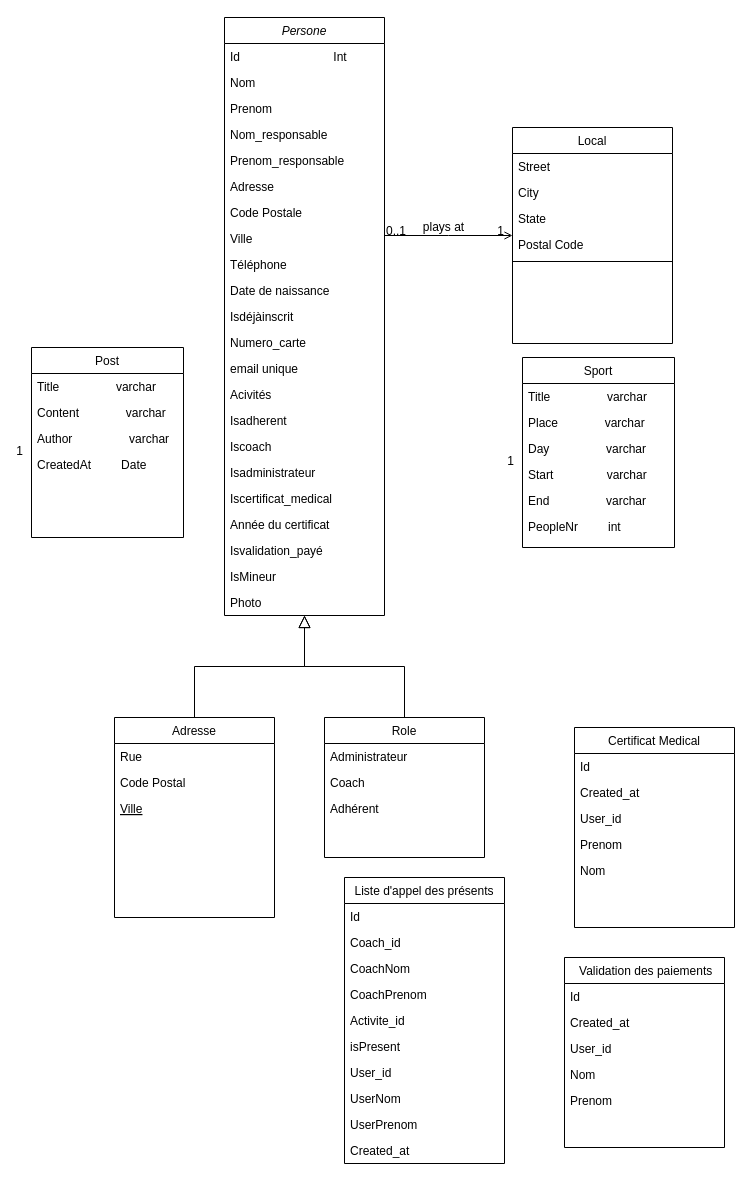
cyrisa02/diagrammes-UML keeps this draw.io diagram as asdec/Diagramme de classe bon.drawio. Above is the earlier version. Source tidied: cells renumbered, new cells numbered last; positions are measured from the earlier drawing's top-left corner, leaving out a move shared by most shapes. Both pictures are drawn from the tidied source at 100%, with x=0, y=0 at pixel (24, 17).
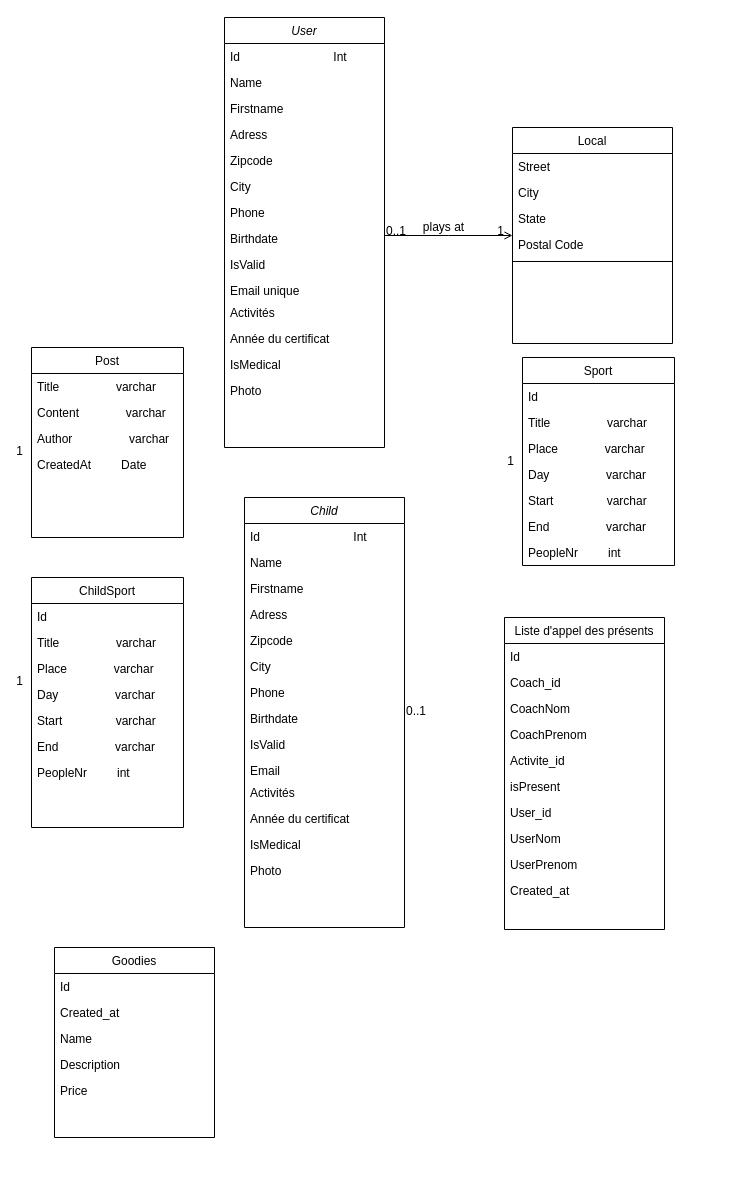
Above is the later version.

Commit message:
Mettre à jour Diagramme de classe bon.drawio

The change refers to these unchanged cells:
```xml
<mxCell id="41" style="endArrow=open;shadow=0;strokeWidth=1;rounded=0;endFill=1;edgeStyle=elbowEdgeStyle;elbow=vertical;" parent="1" edge="1" source="2" target="35">
  <mxGeometry x="0.5" y="41" relative="1" as="geometry">
    <mxPoint x="-40" y="32" as="offset" />
  </mxGeometry>
</mxCell>
```

The edit, as a diff of the source:
```diff
@@
-    <mxCell id="2" value="Persone" style="swimlane;fontStyle=2;align=center;verticalAlign=top;horizontal=1;startSize=26;rounded=0;shadow=0;strokeWidth=1;" parent="1" vertex="1">
-      <mxGeometry x="200" width="160" height="598" as="geometry" />
+    <mxCell id="2" value="User" style="swimlane;fontStyle=2;align=center;verticalAlign=top;horizontal=1;startSize=26;rounded=0;shadow=0;strokeWidth=1;" parent="1" vertex="1">
+      <mxGeometry x="200" width="160" height="430" as="geometry" />
     </mxCell>
@@
-    <mxCell id="4" value="Nom" style="text;align=left;verticalAlign=top;spacingLeft=4;spacingRight=4;overflow=hidden;" parent="2" vertex="1">
+    <mxCell id="4" value="Name" style="text;align=left;verticalAlign=top;spacingLeft=4;spacingRight=4;overflow=hidden;" parent="2" vertex="1">
       <mxGeometry y="52" width="160" height="26" as="geometry" />
     </mxCell>
-    <mxCell id="5" value="Prenom" style="text;align=left;verticalAlign=top;spacingLeft=4;spacingRight=4;overflow=hidden;rounded=0;shadow=0;html=0;" parent="2" vertex="1">
+    <mxCell id="5" value="Firstname" style="text;align=left;verticalAlign=top;spacingLeft=4;spacingRight=4;overflow=hidden;rounded=0;shadow=0;html=0;" parent="2" vertex="1">
       <mxGeometry y="78" width="160" height="26" as="geometry" />
     </mxCell>
-    <mxCell id="6" value="Nom_responsable" style="text;align=left;verticalAlign=top;spacingLeft=4;spacingRight=4;overflow=hidden;" parent="2" vertex="1">
-      <mxGeometry y="104" width="160" height="26" as="geometry" />
-    </mxCell>
-    <mxCell id="7" value="Prenom_responsable" style="text;align=left;verticalAlign=top;spacingLeft=4;spacingRight=4;overflow=hidden;rounded=0;shadow=0;html=0;" parent="2" vertex="1">
-      <mxGeometry y="130" width="160" height="26" as="geometry" />
-    </mxCell>
-    <mxCell id="8" value="Adresse" style="text;align=left;verticalAlign=top;spacingLeft=4;spacingRight=4;overflow=hidden;" parent="2" vertex="1">
-      <mxGeometry y="156" width="160" height="26" as="geometry" />
+    <mxCell id="8" value="Adress" style="text;align=left;verticalAlign=top;spacingLeft=4;spacingRight=4;overflow=hidden;" parent="2" vertex="1">
+      <mxGeometry y="104" width="160" height="26" as="geometry" />
     </mxCell>
-    <mxCell id="9" value="Code Postale" style="text;align=left;verticalAlign=top;spacingLeft=4;spacingRight=4;overflow=hidden;" parent="2" vertex="1">
-      <mxGeometry y="182" width="160" height="26" as="geometry" />
+    <mxCell id="9" value="Zipcode" style="text;align=left;verticalAlign=top;spacingLeft=4;spacingRight=4;overflow=hidden;" parent="2" vertex="1">
+      <mxGeometry y="130" width="160" height="26" as="geometry" />
     </mxCell>
-    <mxCell id="10" value="Ville" style="text;align=left;verticalAlign=top;spacingLeft=4;spacingRight=4;overflow=hidden;" parent="2" vertex="1">
-      <mxGeometry y="208" width="160" height="26" as="geometry" />
+    <mxCell id="10" value="City" style="text;align=left;verticalAlign=top;spacingLeft=4;spacingRight=4;overflow=hidden;" parent="2" vertex="1">
+      <mxGeometry y="156" width="160" height="26" as="geometry" />
     </mxCell>
-    <mxCell id="11" value="Téléphone" style="text;align=left;verticalAlign=top;spacingLeft=4;spacingRight=4;overflow=hidden;" parent="2" vertex="1">
-      <mxGeometry y="234" width="160" height="26" as="geometry" />
+    <mxCell id="11" value="Phone" style="text;align=left;verticalAlign=top;spacingLeft=4;spacingRight=4;overflow=hidden;" parent="2" vertex="1">
+      <mxGeometry y="182" width="160" height="26" as="geometry" />
     </mxCell>
-    <mxCell id="12" value="Date de naissance" style="text;align=left;verticalAlign=top;spacingLeft=4;spacingRight=4;overflow=hidden;" parent="2" vertex="1">
-      <mxGeometry y="260" width="160" height="26" as="geometry" />
+    <mxCell id="12" value="Birthdate" style="text;align=left;verticalAlign=top;spacingLeft=4;spacingRight=4;overflow=hidden;" parent="2" vertex="1">
+      <mxGeometry y="208" width="160" height="26" as="geometry" />
     </mxCell>
-    <mxCell id="13" value="Isdéjàinscrit" style="text;align=left;verticalAlign=top;spacingLeft=4;spacingRight=4;overflow=hidden;" parent="2" vertex="1">
-      <mxGeometry y="286" width="160" height="26" as="geometry" />
+    <mxCell id="13" value="IsValid" style="text;align=left;verticalAlign=top;spacingLeft=4;spacingRight=4;overflow=hidden;" parent="2" vertex="1">
+      <mxGeometry y="234" width="160" height="26" as="geometry" />
     </mxCell>
-    <mxCell id="14" value="Numero_carte" style="text;align=left;verticalAlign=top;spacingLeft=4;spacingRight=4;overflow=hidden;" parent="2" vertex="1">
-      <mxGeometry y="312" width="160" height="26" as="geometry" />
-    </mxCell>
-    <mxCell id="15" value="email unique" style="text;align=left;verticalAlign=top;spacingLeft=4;spacingRight=4;overflow=hidden;" parent="2" vertex="1">
-      <mxGeometry y="338" width="160" height="26" as="geometry" />
+    <mxCell id="15" value="Email unique" style="text;align=left;verticalAlign=top;spacingLeft=4;spacingRight=4;overflow=hidden;" parent="2" vertex="1">
+      <mxGeometry y="260" width="160" height="22" as="geometry" />
     </mxCell>
-    <mxCell id="16" value="Acivités" style="text;align=left;verticalAlign=top;spacingLeft=4;spacingRight=4;overflow=hidden;" parent="2" vertex="1">
-      <mxGeometry y="364" width="160" height="26" as="geometry" />
+    <mxCell id="16" value="Activités" style="text;align=left;verticalAlign=top;spacingLeft=4;spacingRight=4;overflow=hidden;" parent="2" vertex="1">
+      <mxGeometry y="282" width="160" height="26" as="geometry" />
     </mxCell>
-    <mxCell id="17" value="Isadherent" style="text;align=left;verticalAlign=top;spacingLeft=4;spacingRight=4;overflow=hidden;" parent="2" vertex="1">
-      <mxGeometry y="390" width="160" height="26" as="geometry" />
-    </mxCell>
-    <mxCell id="18" value="Iscoach" style="text;align=left;verticalAlign=top;spacingLeft=4;spacingRight=4;overflow=hidden;" parent="2" vertex="1">
-      <mxGeometry y="416" width="160" height="26" as="geometry" />
-    </mxCell>
-    <mxCell id="19" value="Isadministrateur" style="text;align=left;verticalAlign=top;spacingLeft=4;spacingRight=4;overflow=hidden;" parent="2" vertex="1">
-      <mxGeometry y="442" width="160" height="26" as="geometry" />
-    </mxCell>
-    <mxCell id="20" value="Iscertificat_medical" style="text;align=left;verticalAlign=top;spacingLeft=4;spacingRight=4;overflow=hidden;" parent="2" vertex="1">
-      <mxGeometry y="468" width="160" height="26" as="geometry" />
-    </mxCell>
     <mxCell id="21" value="Année du certificat" style="text;align=left;verticalAlign=top;spacingLeft=4;spacingRight=4;overflow=hidden;" parent="2" vertex="1">
-      <mxGeometry y="494" width="160" height="26" as="geometry" />
+      <mxGeometry y="308" width="160" height="26" as="geometry" />
     </mxCell>
-    <mxCell id="22" value="Isvalidation_payé" style="text;align=left;verticalAlign=top;spacingLeft=4;spacingRight=4;overflow=hidden;" parent="2" vertex="1">
-      <mxGeometry y="520" width="160" height="26" as="geometry" />
-    </mxCell>
-    <mxCell id="23" value="IsMineur" style="text;align=left;verticalAlign=top;spacingLeft=4;spacingRight=4;overflow=hidden;" parent="2" vertex="1">
-      <mxGeometry y="546" width="160" height="26" as="geometry" />
-    </mxCell>
+    <mxCell id="82" value="IsMedical" style="text;align=left;verticalAlign=top;spacingLeft=4;spacingRight=4;overflow=hidden;" parent="2" vertex="1">
+      <mxGeometry y="334" width="160" height="26" as="geometry" />
+    </mxCell>
     <mxCell id="24" value="Photo" style="text;align=left;verticalAlign=top;spacingLeft=4;spacingRight=4;overflow=hidden;" parent="2" vertex="1">
-      <mxGeometry y="572" width="160" height="26" as="geometry" />
+      <mxGeometry y="360" width="160" height="26" as="geometry" />
     </mxCell>
-    <mxCell id="25" value="Adresse" style="swimlane;fontStyle=0;align=center;verticalAlign=top;horizontal=1;startSize=26;rounded=0;shadow=0;strokeWidth=1;" parent="1" vertex="1">
-      <mxGeometry x="90" y="700" width="160" height="200" as="geometry" />
-    </mxCell>
-    <mxCell id="26" value="Rue" style="text;align=left;verticalAlign=top;spacingLeft=4;spacingRight=4;overflow=hidden;" parent="25" vertex="1">
-      <mxGeometry y="26" width="160" height="26" as="geometry" />
-    </mxCell>
-    <mxCell id="27" value="Code Postal" style="text;align=left;verticalAlign=top;spacingLeft=4;spacingRight=4;overflow=hidden;rounded=0;shadow=0;html=0;" parent="25" vertex="1">
-      <mxGeometry y="52" width="160" height="26" as="geometry" />
-    </mxCell>
-    <mxCell id="28" value="Ville" style="text;align=left;verticalAlign=top;spacingLeft=4;spacingRight=4;overflow=hidden;fontStyle=4;" parent="25" vertex="1">
-      <mxGeometry y="78" width="160" height="26" as="geometry" />
-    </mxCell>
-    <mxCell id="29" style="endArrow=block;endSize=10;endFill=0;shadow=0;strokeWidth=1;rounded=0;edgeStyle=elbowEdgeStyle;elbow=vertical;" parent="1" edge="1" source="25" target="2">
-      <mxGeometry relative="1" as="geometry" />
-    </mxCell>
-    <mxCell id="30" value="Role" style="swimlane;fontStyle=0;align=center;verticalAlign=top;horizontal=1;startSize=26;rounded=0;shadow=0;strokeWidth=1;" parent="1" vertex="1">
-      <mxGeometry x="300" y="700" width="160" height="140" as="geometry" />
-    </mxCell>
-    <mxCell id="31" value="Administrateur" style="text;align=left;verticalAlign=top;spacingLeft=4;spacingRight=4;overflow=hidden;" parent="30" vertex="1">
-      <mxGeometry y="26" width="160" height="26" as="geometry" />
-    </mxCell>
-    <mxCell id="32" value="Coach" style="text;align=left;verticalAlign=top;spacingLeft=4;spacingRight=4;overflow=hidden;" parent="30" vertex="1">
-      <mxGeometry y="52" width="160" height="26" as="geometry" />
-    </mxCell>
-    <mxCell id="33" value="Adhérent" style="text;align=left;verticalAlign=top;spacingLeft=4;spacingRight=4;overflow=hidden;" parent="30" vertex="1">
-      <mxGeometry y="78" width="160" height="26" as="geometry" />
-    </mxCell>
-    <mxCell id="34" style="endArrow=block;endSize=10;endFill=0;shadow=0;strokeWidth=1;rounded=0;edgeStyle=elbowEdgeStyle;elbow=vertical;" parent="1" edge="1" source="30" target="2">
-      <mxGeometry relative="1" as="geometry" />
-    </mxCell>
@@
+    <mxCell id="83" value="0..1" style="align=left;verticalAlign=bottom;labelBackgroundColor=none;fontSize=12;" parent="41" vertex="1">
+      <mxGeometry x="-1" relative="1" as="geometry">
+        <mxPoint x="20" y="484" as="offset" />
+      </mxGeometry>
+    </mxCell>
     <mxCell id="45" value="Sport" style="swimlane;fontStyle=0;align=center;verticalAlign=top;horizontal=1;startSize=26;rounded=0;shadow=0;strokeWidth=1;" parent="1" vertex="1">
-      <mxGeometry x="498" y="340" width="152" height="190" as="geometry" />
+      <mxGeometry x="498" y="340" width="152" height="208" as="geometry" />
     </mxCell>
+    <mxCell id="84" value="Id" style="text;align=left;verticalAlign=top;spacingLeft=4;spacingRight=4;overflow=hidden;" parent="45" vertex="1">
+      <mxGeometry y="26" width="152" height="26" as="geometry" />
+    </mxCell>
     <mxCell id="46" value="Title                 varchar" style="text;align=left;verticalAlign=top;spacingLeft=4;spacingRight=4;overflow=hidden;rounded=0;shadow=0;html=0;" parent="45" vertex="1">
-      <mxGeometry y="26" width="152" height="26" as="geometry" />
+      <mxGeometry y="52" width="152" height="26" as="geometry" />
     </mxCell>
     <mxCell id="47" value="Place              varchar" style="text;align=left;verticalAlign=top;spacingLeft=4;spacingRight=4;overflow=hidden;rounded=0;shadow=0;html=0;" parent="45" vertex="1">
-      <mxGeometry y="52" width="152" height="26" as="geometry" />
+      <mxGeometry y="78" width="152" height="26" as="geometry" />
     </mxCell>
     <mxCell id="48" value="Day                 varchar" style="text;align=left;verticalAlign=top;spacingLeft=4;spacingRight=4;overflow=hidden;rounded=0;shadow=0;html=0;" parent="45" vertex="1">
-      <mxGeometry y="78" width="152" height="26" as="geometry" />
+      <mxGeometry y="104" width="152" height="26" as="geometry" />
     </mxCell>
     <mxCell id="49" value="Start                varchar" style="text;align=left;verticalAlign=top;spacingLeft=4;spacingRight=4;overflow=hidden;rounded=0;shadow=0;html=0;" parent="45" vertex="1">
-      <mxGeometry y="104" width="152" height="26" as="geometry" />
+      <mxGeometry y="130" width="152" height="26" as="geometry" />
     </mxCell>
     <mxCell id="50" value="End                 varchar" style="text;align=left;verticalAlign=top;spacingLeft=4;spacingRight=4;overflow=hidden;rounded=0;shadow=0;html=0;" parent="45" vertex="1">
-      <mxGeometry y="130" width="152" height="26" as="geometry" />
+      <mxGeometry y="156" width="152" height="26" as="geometry" />
     </mxCell>
     <mxCell id="51" value="PeopleNr         int" style="text;align=left;verticalAlign=top;spacingLeft=4;spacingRight=4;overflow=hidden;rounded=0;shadow=0;html=0;" parent="45" vertex="1">
-      <mxGeometry y="156" width="152" height="26" as="geometry" />
+      <mxGeometry y="182" width="152" height="26" as="geometry" />
     </mxCell>
@@
-    <mxCell id="53" value="Certificat Medical&#10;" style="swimlane;fontStyle=0;align=center;verticalAlign=top;horizontal=1;startSize=26;rounded=0;shadow=0;strokeWidth=1;" parent="1" vertex="1">
-      <mxGeometry x="550" y="710" width="160" height="200" as="geometry" />
-    </mxCell>
-    <mxCell id="54" value="Id" style="text;align=left;verticalAlign=top;spacingLeft=4;spacingRight=4;overflow=hidden;" parent="53" vertex="1">
-      <mxGeometry y="26" width="160" height="26" as="geometry" />
-    </mxCell>
-    <mxCell id="55" value="Created_at" style="text;align=left;verticalAlign=top;spacingLeft=4;spacingRight=4;overflow=hidden;" parent="53" vertex="1">
-      <mxGeometry y="52" width="160" height="26" as="geometry" />
-    </mxCell>
-    <mxCell id="56" value="User_id" style="text;align=left;verticalAlign=top;spacingLeft=4;spacingRight=4;overflow=hidden;" parent="53" vertex="1">
-      <mxGeometry y="78" width="160" height="26" as="geometry" />
-    </mxCell>
-    <mxCell id="57" value="Prenom" style="text;align=left;verticalAlign=top;spacingLeft=4;spacingRight=4;overflow=hidden;" parent="53" vertex="1">
-      <mxGeometry y="104" width="160" height="26" as="geometry" />
-    </mxCell>
-    <mxCell id="58" value="Nom&#10;" style="text;align=left;verticalAlign=top;spacingLeft=4;spacingRight=4;overflow=hidden;" parent="53" vertex="1">
-      <mxGeometry y="130" width="160" height="26" as="geometry" />
-    </mxCell>
     <mxCell id="59" value="Liste d'appel des présents" style="swimlane;fontStyle=0;align=center;verticalAlign=top;horizontal=1;startSize=26;rounded=0;shadow=0;strokeWidth=1;" parent="1" vertex="1">
-      <mxGeometry x="320" y="860" width="160" height="286" as="geometry" />
+      <mxGeometry x="480" y="600" width="160" height="312" as="geometry" />
     </mxCell>
@@
-    <mxCell id="70" value=" Validation des paiements" style="swimlane;fontStyle=0;align=center;verticalAlign=top;horizontal=1;startSize=26;rounded=0;shadow=0;strokeWidth=1;" parent="1" vertex="1">
-      <mxGeometry x="540" y="940" width="160" height="190" as="geometry" />
+    <mxCell id="70" value="Goodies" style="swimlane;fontStyle=0;align=center;verticalAlign=top;horizontal=1;startSize=26;rounded=0;shadow=0;strokeWidth=1;" parent="1" vertex="1">
+      <mxGeometry x="30" y="930" width="160" height="190" as="geometry" />
     </mxCell>
@@
-    <mxCell id="73" value="User_id" style="text;align=left;verticalAlign=top;spacingLeft=4;spacingRight=4;overflow=hidden;" parent="70" vertex="1">
+    <mxCell id="73" value="Name" style="text;align=left;verticalAlign=top;spacingLeft=4;spacingRight=4;overflow=hidden;" parent="70" vertex="1">
       <mxGeometry y="78" width="160" height="26" as="geometry" />
     </mxCell>
-    <mxCell id="74" value="Nom&#10;" style="text;align=left;verticalAlign=top;spacingLeft=4;spacingRight=4;overflow=hidden;" parent="70" vertex="1">
+    <mxCell id="74" value="Description" style="text;align=left;verticalAlign=top;spacingLeft=4;spacingRight=4;overflow=hidden;" parent="70" vertex="1">
       <mxGeometry y="104" width="160" height="26" as="geometry" />
     </mxCell>
-    <mxCell id="75" value="Prenom" style="text;align=left;verticalAlign=top;spacingLeft=4;spacingRight=4;overflow=hidden;" parent="70" vertex="1">
+    <mxCell id="75" value="Price" style="text;align=left;verticalAlign=top;spacingLeft=4;spacingRight=4;overflow=hidden;" parent="70" vertex="1">
       <mxGeometry y="130" width="160" height="26" as="geometry" />
     </mxCell>
@@
+    <mxCell id="85" value="Child" style="swimlane;fontStyle=2;align=center;verticalAlign=top;horizontal=1;startSize=26;rounded=0;shadow=0;strokeWidth=1;" parent="1" vertex="1">
+      <mxGeometry x="220" y="480" width="160" height="430" as="geometry" />
+    </mxCell>
+    <mxCell id="86" value="Id                            Int" style="text;align=left;verticalAlign=top;spacingLeft=4;spacingRight=4;overflow=hidden;" parent="85" vertex="1">
+      <mxGeometry y="26" width="160" height="26" as="geometry" />
+    </mxCell>
+    <mxCell id="87" value="Name" style="text;align=left;verticalAlign=top;spacingLeft=4;spacingRight=4;overflow=hidden;" parent="85" vertex="1">
+      <mxGeometry y="52" width="160" height="26" as="geometry" />
+    </mxCell>
+    <mxCell id="88" value="Firstname" style="text;align=left;verticalAlign=top;spacingLeft=4;spacingRight=4;overflow=hidden;rounded=0;shadow=0;html=0;" parent="85" vertex="1">
+      <mxGeometry y="78" width="160" height="26" as="geometry" />
+    </mxCell>
+    <mxCell id="89" value="Adress" style="text;align=left;verticalAlign=top;spacingLeft=4;spacingRight=4;overflow=hidden;" parent="85" vertex="1">
+      <mxGeometry y="104" width="160" height="26" as="geometry" />
+    </mxCell>
+    <mxCell id="90" value="Zipcode" style="text;align=left;verticalAlign=top;spacingLeft=4;spacingRight=4;overflow=hidden;" parent="85" vertex="1">
+      <mxGeometry y="130" width="160" height="26" as="geometry" />
+    </mxCell>
+    <mxCell id="91" value="City" style="text;align=left;verticalAlign=top;spacingLeft=4;spacingRight=4;overflow=hidden;" parent="85" vertex="1">
+      <mxGeometry y="156" width="160" height="26" as="geometry" />
+    </mxCell>
+    <mxCell id="92" value="Phone" style="text;align=left;verticalAlign=top;spacingLeft=4;spacingRight=4;overflow=hidden;" parent="85" vertex="1">
+      <mxGeometry y="182" width="160" height="26" as="geometry" />
+    </mxCell>
+    <mxCell id="93" value="Birthdate" style="text;align=left;verticalAlign=top;spacingLeft=4;spacingRight=4;overflow=hidden;" parent="85" vertex="1">
+      <mxGeometry y="208" width="160" height="26" as="geometry" />
+    </mxCell>
+    <mxCell id="94" value="IsValid" style="text;align=left;verticalAlign=top;spacingLeft=4;spacingRight=4;overflow=hidden;" parent="85" vertex="1">
+      <mxGeometry y="234" width="160" height="26" as="geometry" />
+    </mxCell>
+    <mxCell id="95" value="Email " style="text;align=left;verticalAlign=top;spacingLeft=4;spacingRight=4;overflow=hidden;" parent="85" vertex="1">
+      <mxGeometry y="260" width="160" height="22" as="geometry" />
+    </mxCell>
+    <mxCell id="96" value="Activités" style="text;align=left;verticalAlign=top;spacingLeft=4;spacingRight=4;overflow=hidden;" parent="85" vertex="1">
+      <mxGeometry y="282" width="160" height="26" as="geometry" />
+    </mxCell>
+    <mxCell id="97" value="Année du certificat" style="text;align=left;verticalAlign=top;spacingLeft=4;spacingRight=4;overflow=hidden;" parent="85" vertex="1">
+      <mxGeometry y="308" width="160" height="26" as="geometry" />
+    </mxCell>
+    <mxCell id="98" value="IsMedical" style="text;align=left;verticalAlign=top;spacingLeft=4;spacingRight=4;overflow=hidden;" parent="85" vertex="1">
+      <mxGeometry y="334" width="160" height="26" as="geometry" />
+    </mxCell>
+    <mxCell id="99" value="Photo" style="text;align=left;verticalAlign=top;spacingLeft=4;spacingRight=4;overflow=hidden;" parent="85" vertex="1">
+      <mxGeometry y="360" width="160" height="26" as="geometry" />
+    </mxCell>
+    <mxCell id="100" value="ChildSport" style="swimlane;fontStyle=0;align=center;verticalAlign=top;horizontal=1;startSize=26;rounded=0;shadow=0;strokeWidth=1;" parent="1" vertex="1">
+      <mxGeometry x="7" y="560" width="152" height="250" as="geometry" />
+    </mxCell>
+    <mxCell id="101" value="Id" style="text;align=left;verticalAlign=top;spacingLeft=4;spacingRight=4;overflow=hidden;" parent="100" vertex="1">
+      <mxGeometry y="26" width="152" height="26" as="geometry" />
+    </mxCell>
+    <mxCell id="102" value="Title                 varchar" style="text;align=left;verticalAlign=top;spacingLeft=4;spacingRight=4;overflow=hidden;rounded=0;shadow=0;html=0;" parent="100" vertex="1">
+      <mxGeometry y="52" width="152" height="26" as="geometry" />
+    </mxCell>
+    <mxCell id="103" value="Place              varchar" style="text;align=left;verticalAlign=top;spacingLeft=4;spacingRight=4;overflow=hidden;rounded=0;shadow=0;html=0;" parent="100" vertex="1">
+      <mxGeometry y="78" width="152" height="26" as="geometry" />
+    </mxCell>
+    <mxCell id="104" value="Day                 varchar" style="text;align=left;verticalAlign=top;spacingLeft=4;spacingRight=4;overflow=hidden;rounded=0;shadow=0;html=0;" parent="100" vertex="1">
+      <mxGeometry y="104" width="152" height="26" as="geometry" />
+    </mxCell>
+    <mxCell id="105" value="Start                varchar" style="text;align=left;verticalAlign=top;spacingLeft=4;spacingRight=4;overflow=hidden;rounded=0;shadow=0;html=0;" parent="100" vertex="1">
+      <mxGeometry y="130" width="152" height="26" as="geometry" />
+    </mxCell>
+    <mxCell id="106" value="End                 varchar" style="text;align=left;verticalAlign=top;spacingLeft=4;spacingRight=4;overflow=hidden;rounded=0;shadow=0;html=0;" parent="100" vertex="1">
+      <mxGeometry y="156" width="152" height="26" as="geometry" />
+    </mxCell>
+    <mxCell id="107" value="PeopleNr         int" style="text;align=left;verticalAlign=top;spacingLeft=4;spacingRight=4;overflow=hidden;rounded=0;shadow=0;html=0;" parent="100" vertex="1">
+      <mxGeometry y="182" width="152" height="26" as="geometry" />
+    </mxCell>
+    <mxCell id="108" value="1" style="align=right;verticalAlign=bottom;labelBackgroundColor=none;fontSize=12;" parent="1" vertex="1">
+      <mxGeometry y="672" as="geometry" />
+    </mxCell>
```
